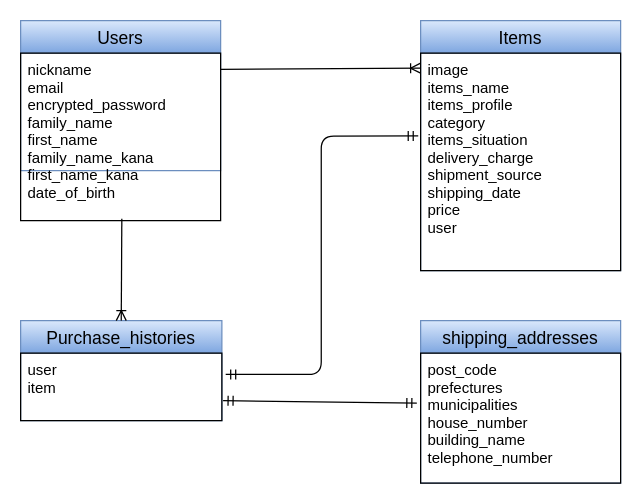
chiharu05/furima-37257 keeps this draw.io diagram as furima-37257.dio. Above is the earlier version. Source tidied: cells renumbered, new cells numbered last; positions are measured from the earlier drawing's top-left corner, leaving out a move shared by most shapes. Both pictures are drawn from the tidied source at 125%, with x=0, y=0 at pixel (20, 20).
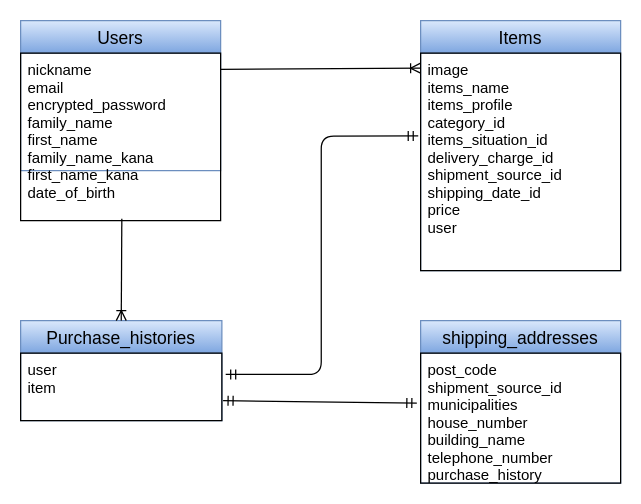
Above is the later version.

Commit message (it also covers changes not shown here):
データベース設計の修正2点

The edit, as a diff of the source:
```diff
@@
 <mxGraphModel background="#ffffff">
   <root>
     <mxCell id="0" />
     <mxCell id="1" parent="0" />
     <mxCell id="2" value="Users" style="swimlane;fontStyle=0;horizontal=1;startSize=26;align=center;fontSize=14;fillColor=#dae8fc;strokeColor=#6c8ebf;gradientColor=#7ea6e0;fontColor=#000000;" parent="1" vertex="1">
       <mxGeometry width="160" height="120" as="geometry" />
     </mxCell>
     <mxCell id="3" value="Purchase_histories" style="swimlane;fontStyle=0;horizontal=1;startSize=26;align=center;fontSize=14;fillColor=#dae8fc;strokeColor=#6c8ebf;gradientColor=#7ea6e0;fontColor=#000000;" parent="1" vertex="1">
       <mxGeometry y="240" width="161" height="80" as="geometry" />
     </mxCell>
     <mxCell id="4" value="user&#10;item" style="text;fillColor=none;spacingLeft=4;spacingRight=4;overflow=hidden;points=[[0,0.5],[1,0.5]];portConstraint=eastwest;fontSize=12;fontColor=#000000;labelBorderColor=none;strokeColor=#000000;" parent="3" vertex="1">
       <mxGeometry y="26" width="161" height="54" as="geometry" />
     </mxCell>
     <mxCell id="5" value="Items" style="swimlane;fontStyle=0;horizontal=1;startSize=26;align=center;fontSize=14;gradientColor=#7ea6e0;fillColor=#dae8fc;strokeColor=#6c8ebf;fontColor=#000000;" parent="1" vertex="1">
       <mxGeometry x="320" width="160" height="200" as="geometry" />
     </mxCell>
-    <mxCell id="6" value="image&#10;items_name&#10;items_profile&#10;category&#10;items_situation&#10;delivery_charge&#10;shipment_source&#10;shipping_date&#10;price&#10;user" style="text;fillColor=none;spacingLeft=4;spacingRight=4;overflow=hidden;points=[[0,0.5],[1,0.5]];portConstraint=eastwest;fontSize=12;fontColor=#000000;labelBorderColor=none;strokeColor=#000000;" parent="5" vertex="1">
+    <mxCell id="6" value="image&#10;items_name&#10;items_profile&#10;category_id&#10;items_situation_id&#10;delivery_charge_id&#10;shipment_source_id&#10;shipping_date_id&#10;price&#10;user" style="text;fillColor=none;spacingLeft=4;spacingRight=4;overflow=hidden;points=[[0,0.5],[1,0.5]];portConstraint=eastwest;fontSize=12;fontColor=#000000;labelBorderColor=none;strokeColor=#000000;" parent="5" vertex="1">
       <mxGeometry y="26" width="160" height="174" as="geometry" />
     </mxCell>
     <mxCell id="7" value="shipping_addresses" style="swimlane;fontStyle=0;horizontal=1;startSize=26;align=center;fontSize=14;gradientColor=#7ea6e0;fillColor=#dae8fc;strokeColor=#6c8ebf;fontColor=#000000;" parent="1" vertex="1">
       <mxGeometry x="320" y="240" width="160" height="130" as="geometry" />
     </mxCell>
-    <mxCell id="8" value="post_code&#10;prefectures&#10;municipalities&#10;house_number&#10;building_name&#10;telephone_number" style="text;fillColor=none;spacingLeft=4;spacingRight=4;overflow=hidden;points=[[0,0.5],[1,0.5]];portConstraint=eastwest;fontSize=12;fontColor=#000000;labelBorderColor=none;strokeColor=#000000;" parent="7" vertex="1">
+    <mxCell id="8" value="post_code&#10;shipment_source_id&#10;municipalities&#10;house_number&#10;building_name&#10;telephone_number&#10;purchase_history" style="text;fillColor=none;spacingLeft=4;spacingRight=4;overflow=hidden;points=[[0,0.5],[1,0.5]];portConstraint=eastwest;fontSize=12;fontColor=#000000;labelBorderColor=none;strokeColor=#000000;" parent="7" vertex="1">
       <mxGeometry y="26" width="160" height="104" as="geometry" />
     </mxCell>
     <mxCell id="9" style="fontSize=12;html=1;endArrow=ERoneToMany;strokeColor=#000000;entryX=0.5;entryY=0;entryDx=0;entryDy=0;exitX=0.506;exitY=0.989;exitDx=0;exitDy=0;exitPerimeter=0;" parent="1" edge="1" source="12" target="3">
       <mxGeometry relative="1" as="geometry" />
     </mxCell>
     <mxCell id="10" style="fontSize=12;html=1;endArrow=ERoneToMany;strokeColor=#000000;exitX=1;exitY=0.097;exitDx=0;exitDy=0;exitPerimeter=0;entryX=0;entryY=0.069;entryDx=0;entryDy=0;entryPerimeter=0;" parent="1" edge="1" source="12" target="6">
       <mxGeometry relative="1" as="geometry" />
     </mxCell>
     <mxCell id="11" style="fontSize=12;html=1;endArrow=ERmandOne;startArrow=ERmandOne;strokeColor=#000000;exitX=1.006;exitY=0.704;exitDx=0;exitDy=0;exitPerimeter=0;entryX=-0.019;entryY=0.385;entryDx=0;entryDy=0;entryPerimeter=0;" parent="1" edge="1" source="4" target="8">
       <mxGeometry relative="1" as="geometry" />
     </mxCell>
     <mxCell id="12" value="nickname&#10;email&#10;encrypted_password&#10;family_name&#10;first_name&#10;family_name_kana&#10;first_name_kana&#10;date_of_birth" style="text;fillColor=none;spacingLeft=4;spacingRight=4;overflow=hidden;points=[[0,0.5],[1,0.5]];portConstraint=eastwest;fontSize=12;fontColor=#000000;labelBorderColor=none;strokeColor=#000000;" parent="1" vertex="1">
       <mxGeometry y="26" width="160" height="134" as="geometry" />
     </mxCell>
     <mxCell id="13" style="edgeStyle=orthogonalEdgeStyle;fontSize=12;html=1;endArrow=ERmandOne;startArrow=ERmandOne;strokeColor=#000000;exitX=1.019;exitY=0.315;exitDx=0;exitDy=0;exitPerimeter=0;entryX=-0.012;entryY=0.381;entryDx=0;entryDy=0;entryPerimeter=0;" parent="1" edge="1" source="4" target="6">
       <mxGeometry relative="1" as="geometry" />
     </mxCell>
   </root>
 </mxGraphModel>
```
